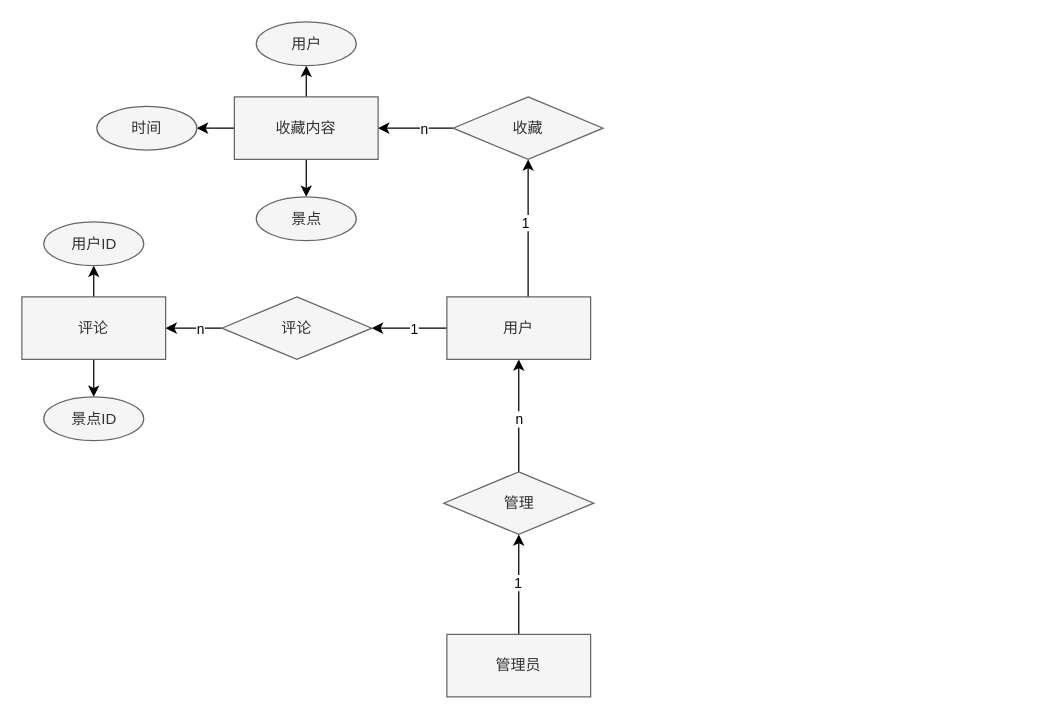
This is sql/系统er图.drawio from ren9901/tourism-j2ee-wx, a draw.io file, before an edit. Source tidied: cells renumbered, new cells numbered last; positions are measured from the earlier drawing's top-left corner, leaving out a move shared by most shapes. Both pictures are drawn from the tidied source at 125%, with x=0, y=0 at pixel (21, 21).
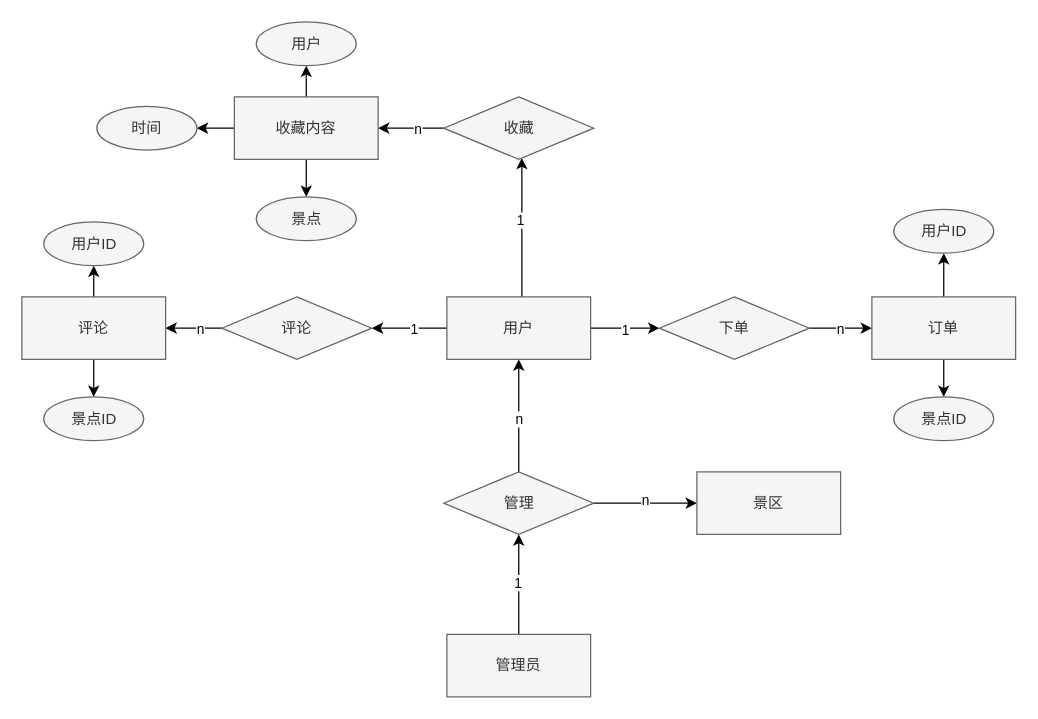
After the change.

Commit message (it also covers changes not shown here):
更新系统er图.drawio

Unchanged cells that the change refers to:
```xml
<mxCell id="5" value="用户" style="rounded=0;whiteSpace=wrap;html=1;fillColor=#f5f5f5;fontColor=#333333;strokeColor=#666666;" parent="1" vertex="1">
  <mxGeometry x="340" y="220" width="115" height="50" as="geometry" />
</mxCell>
<mxCell id="11" value="管理" style="rhombus;whiteSpace=wrap;html=1;fillColor=#f5f5f5;fontColor=#333333;strokeColor=#666666;" parent="1" vertex="1">
  <mxGeometry x="337.5" y="360" width="120" height="50" as="geometry" />
</mxCell>
```

The edit, as a diff of the source:
```diff
@@
     <mxCell id="4" style="edgeStyle=orthogonalEdgeStyle;rounded=0;jettySize=auto;html=1;" parent="1" edge="1" source="5" target="23">
       <mxGeometry relative="1" as="geometry">
         <Array as="points">
-          <mxPoint x="405" y="160" />
-          <mxPoint x="405" y="160" />
+          <mxPoint x="400" y="160" />
+          <mxPoint x="400" y="160" />
         </Array>
       </mxGeometry>
     </mxCell>
+    <mxCell id="31" value="1" style="edgeLabel;html=1;align=center;verticalAlign=middle;" parent="4" vertex="1">
+      <mxGeometry x="0.08" y="-3" relative="1" as="geometry">
+        <mxPoint x="-5" y="-2" as="offset" />
+      </mxGeometry>
+    </mxCell>
+    <mxCell id="32" style="edgeStyle=orthogonalEdgeStyle;rounded=0;jettySize=auto;html=1;" parent="1" edge="1" source="5" target="38">
+      <mxGeometry relative="1" as="geometry" />
+    </mxCell>
+    <mxCell id="33" value="1" style="edgeLabel;html=1;align=center;verticalAlign=middle;" parent="32" vertex="1">
+      <mxGeometry x="-0.02" y="-1" relative="1" as="geometry" />
+    </mxCell>
@@
+    <mxCell id="34" style="edgeStyle=orthogonalEdgeStyle;rounded=0;jettySize=auto;html=1;" parent="1" edge="1" source="11" target="44">
+      <mxGeometry relative="1" as="geometry" />
+    </mxCell>
+    <mxCell id="35" value="n" style="edgeLabel;html=1;align=center;verticalAlign=middle;" parent="34" vertex="1">
+      <mxGeometry x="-0.02" y="3" relative="1" as="geometry">
+        <mxPoint x="1" as="offset" />
+      </mxGeometry>
+    </mxCell>
@@
-    <mxCell id="20" value="1" style="edgeLabel;html=1;align=center;verticalAlign=middle;" parent="1" vertex="1">
-      <mxGeometry x="490" y="85" as="geometry">
-        <mxPoint x="-88" y="75" as="offset" />
-      </mxGeometry>
-    </mxCell>
@@
     <mxCell id="23" value="收藏" style="rhombus;whiteSpace=wrap;html=1;fillColor=#f5f5f5;fontColor=#333333;strokeColor=#666666;" parent="1" vertex="1">
-      <mxGeometry x="345" y="60" width="120" height="50" as="geometry" />
+      <mxGeometry x="337.5" y="60" width="120" height="50" as="geometry" />
     </mxCell>
@@
+    <mxCell id="36" style="edgeStyle=orthogonalEdgeStyle;rounded=0;jettySize=auto;html=1;" parent="1" edge="1" source="38" target="41">
+      <mxGeometry relative="1" as="geometry" />
+    </mxCell>
+    <mxCell id="37" value="n" style="edgeLabel;html=1;align=center;verticalAlign=middle;" parent="36" vertex="1">
+      <mxGeometry x="-0.05" relative="1" as="geometry" />
+    </mxCell>
+    <mxCell id="38" value="下单" style="rhombus;whiteSpace=wrap;html=1;fillColor=#f5f5f5;fontColor=#333333;strokeColor=#666666;" parent="1" vertex="1">
+      <mxGeometry x="510" y="220" width="120" height="50" as="geometry" />
+    </mxCell>
+    <mxCell id="39" style="edgeStyle=orthogonalEdgeStyle;rounded=0;jettySize=auto;html=1;" parent="1" edge="1" source="41" target="42">
+      <mxGeometry relative="1" as="geometry" />
+    </mxCell>
+    <mxCell id="40" style="edgeStyle=orthogonalEdgeStyle;rounded=0;jettySize=auto;html=1;" parent="1" edge="1" source="41" target="43">
+      <mxGeometry relative="1" as="geometry" />
+    </mxCell>
+    <mxCell id="41" value="订单" style="rounded=0;whiteSpace=wrap;html=1;fillColor=#f5f5f5;fontColor=#333333;strokeColor=#666666;" parent="1" vertex="1">
+      <mxGeometry x="680" y="220" width="115" height="50" as="geometry" />
+    </mxCell>
+    <mxCell id="42" value="用户ID" style="ellipse;whiteSpace=wrap;html=1;fillColor=#f5f5f5;strokeColor=#666666;fontColor=#333333;rounded=0;" parent="1" vertex="1">
+      <mxGeometry x="697.5" y="150" width="80" height="35" as="geometry" />
+    </mxCell>
+    <mxCell id="43" value="景点ID" style="ellipse;whiteSpace=wrap;html=1;fillColor=#f5f5f5;strokeColor=#666666;fontColor=#333333;rounded=0;" parent="1" vertex="1">
+      <mxGeometry x="697.5" y="300" width="80" height="35" as="geometry" />
+    </mxCell>
+    <mxCell id="44" value="景区" style="rounded=0;whiteSpace=wrap;html=1;fillColor=#f5f5f5;fontColor=#333333;strokeColor=#666666;" parent="1" vertex="1">
+      <mxGeometry x="540" y="360" width="115" height="50" as="geometry" />
+    </mxCell>
```
